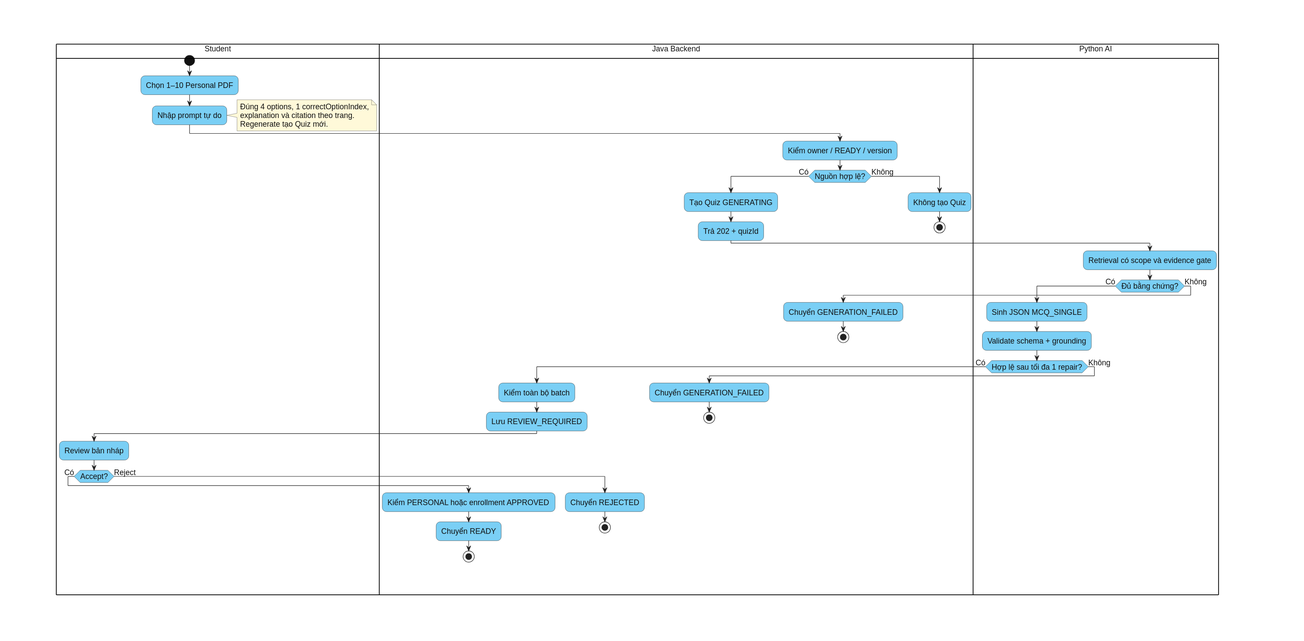
This is docs/diagrams/chuong-3/activity-09-quiz-generation.svg from bch7504/DATN, a PlantUML export, as it was before one commit.
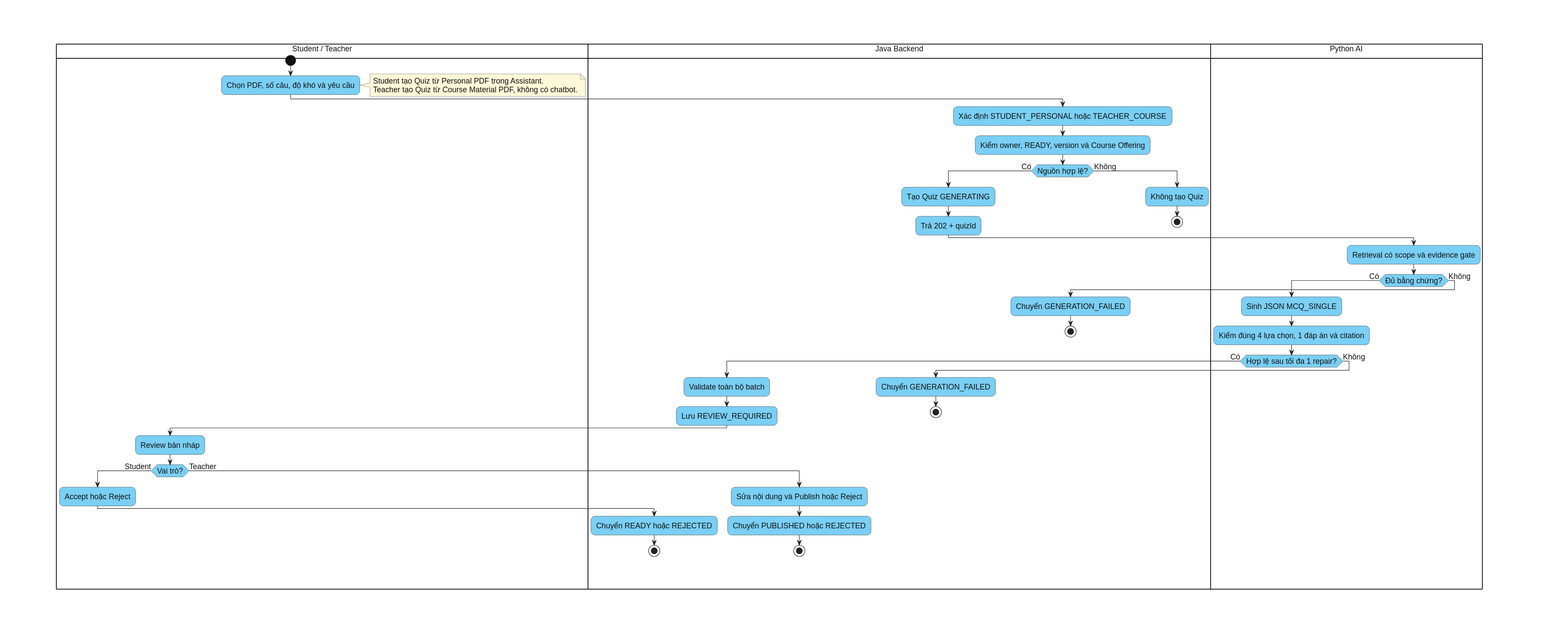
The same diagram one commit later.

The edit, as a diff of the source:
```diff
@@ -17,17 +17,17 @@
 skinparam NoteBackgroundColor #FFF9D9
 skinparam NoteBorderColor #555555
 skinparam roundcorner 16
-|Student|
+
+|Student / Teacher|
 start
-:Chọn 1-10 Personal PDF;
-:Nhập prompt tự do;
+:Chọn PDF, số câu, độ khó và yêu cầu;
 note right
-Đúng 4 options, 1 correctOptionIndex,
-explanation và citation theo trang.
-Regenerate tạo Quiz mới.
+Student tạo Quiz từ Personal PDF trong Assistant.
+Teacher tạo Quiz từ Course Material PDF, không có chatbot.
 end note
 |Java Backend|
-:Kiểm owner / READY / version;
+:Xác định STUDENT_PERSONAL hoặc TEACHER_COURSE;
+:Kiểm owner, READY, version và Course Offering;
 if (Nguồn hợp lệ?) then (Có)
   :Tạo Quiz GENERATING;
   :Trả 202 + quizId;
@@ -35,20 +35,22 @@
   :Retrieval có scope và evidence gate;
   if (Đủ bằng chứng?) then (Có)
     :Sinh JSON MCQ_SINGLE;
-    :Validate schema + grounding;
+    :Kiểm đúng 4 lựa chọn, 1 đáp án và citation;
     if (Hợp lệ sau tối đa 1 repair?) then (Có)
       |Java Backend|
-      :Kiểm toàn bộ batch;
+      :Validate toàn bộ batch;
       :Lưu REVIEW_REQUIRED;
-      |Student|
+      |Student / Teacher|
       :Review bản nháp;
-      if (Accept?) then (Có)
+      if (Vai trò?) then (Student)
+        :Accept hoặc Reject;
         |Java Backend|
-        :Kiểm PERSONAL hoặc enrollment APPROVED;
-        :Chuyển READY;
+        :Chuyển READY hoặc REJECTED;
         stop
-      else (Reject)
-        :Chuyển REJECTED;
+      else (Teacher)
+        :Sửa nội dung và Publish hoặc Reject;
+        |Java Backend|
+        :Chuyển PUBLISHED hoặc REJECTED;
         stop
       endif
     else (Không)
```
